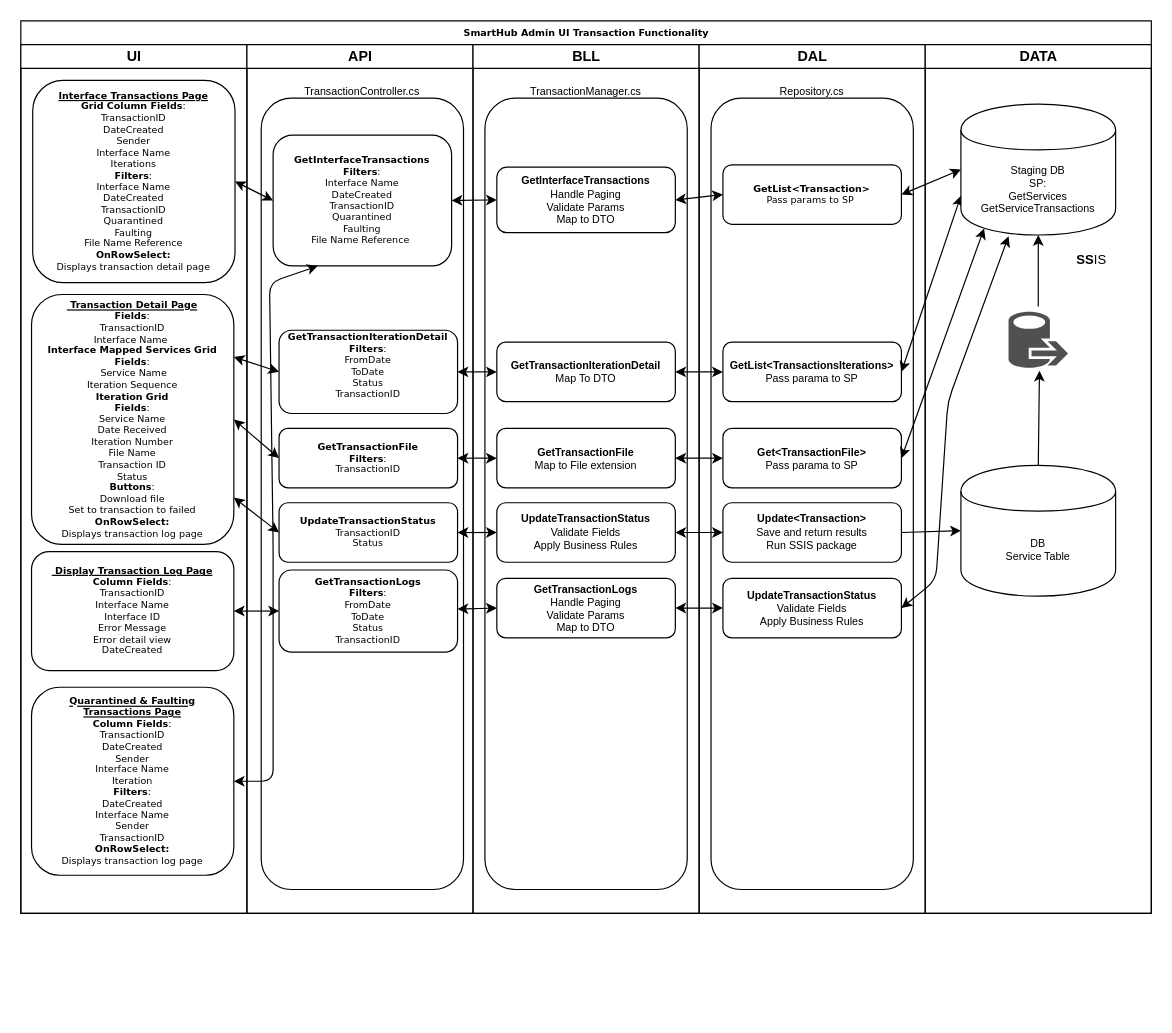
The draw.io diagram SHAdminUI-Transaction-Functionality.drawio in Cyrolies/TigersFreightDocs, before the edit. Source tidied: cells renumbered, new cells numbered last; positions are measured from the earlier drawing's top-left corner, leaving out a move shared by most shapes. Both pictures are drawn from the tidied source at 119%, with x=0, y=0 at pixel (20, 20).
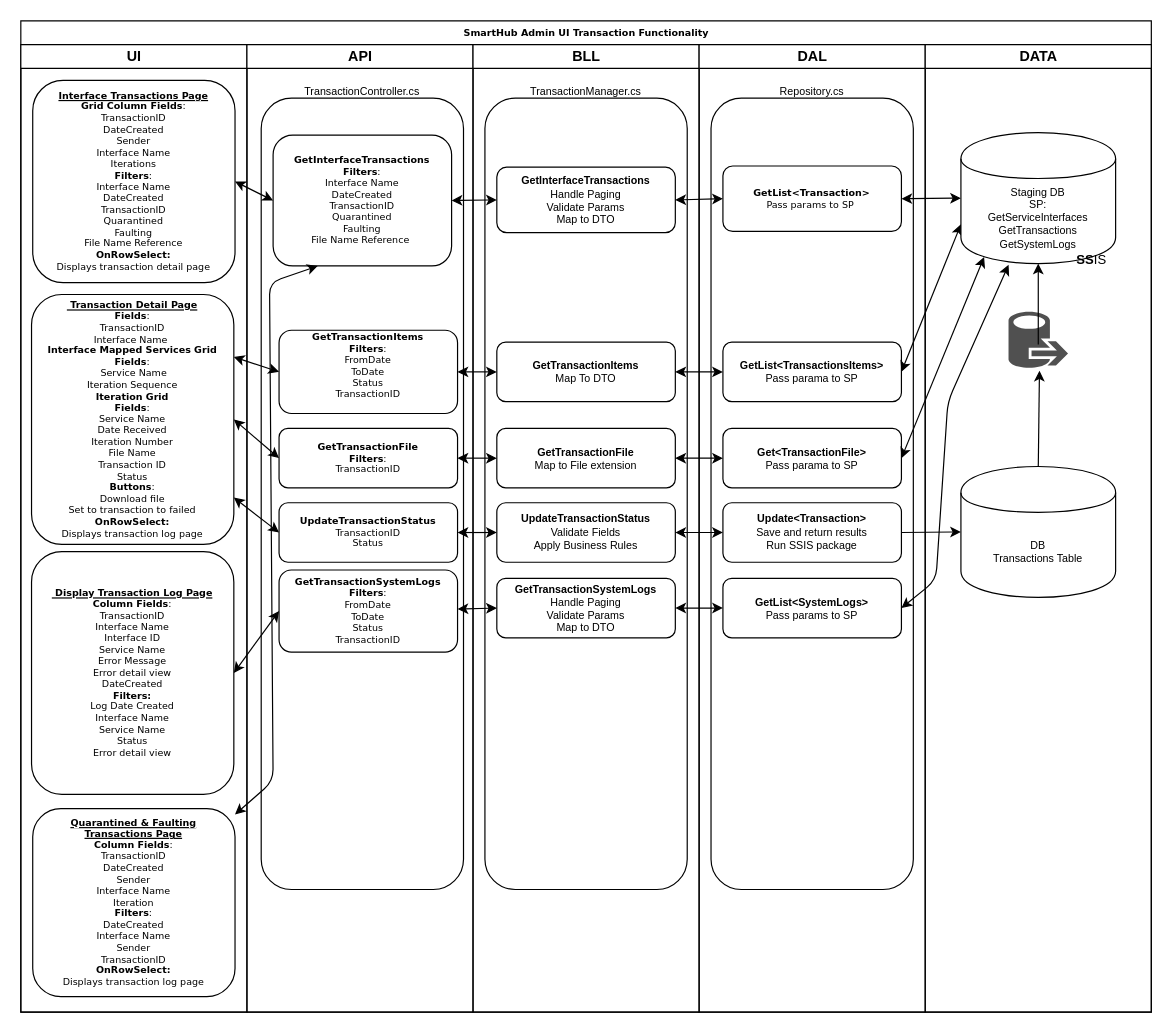
The same diagram, later.

The change refers to these unchanged cells:
```xml
<mxCell id="10" value="&lt;b&gt;GetInterfaceTransactions&lt;br&gt;&lt;/b&gt;&lt;b&gt;Filters&lt;/b&gt;:&lt;br&gt;Interface Name&lt;br&gt;DateCreated&lt;br&gt;TransactionID&lt;br&gt;Quarantined&lt;br&gt;Faulting&lt;br&gt;File Name Reference&amp;nbsp;" style="rounded=1;whiteSpace=wrap;html=1;shadow=0;labelBackgroundColor=none;strokeColor=#000000;strokeWidth=1;fillColor=#ffffff;fontFamily=Verdana;fontSize=8;fontColor=#000000;align=center;" parent="8" vertex="1">
  <mxGeometry x="22" y="76" width="150" height="110" as="geometry" />
</mxCell>
```

What changed in the source:
```diff
@@
     <mxCell id="2" value="SmartHub Admin UI Transaction Functionality" style="swimlane;html=1;startSize=20;rounded=0;shadow=0;labelBackgroundColor=none;strokeColor=#000000;strokeWidth=1;fillColor=#ffffff;fontFamily=Verdana;fontSize=8;fontColor=#000000;align=center;" parent="1" vertex="1">
-      <mxGeometry width="950" height="750" as="geometry" />
+      <mxGeometry width="950" height="833" as="geometry" />
     </mxCell>
     <mxCell id="3" value="UI" style="swimlane;html=1;startSize=20;" parent="2" vertex="1">
-      <mxGeometry y="20" width="190" height="730" as="geometry" />
+      <mxGeometry y="20" width="190" height="813" as="geometry" />
     </mxCell>
@@
     <mxCell id="5" value="&lt;b&gt;&lt;u&gt;Quarantined &amp;amp; Faulting&lt;br&gt;Transactions Page&lt;/u&gt;&lt;/b&gt;&lt;br&gt;&lt;b&gt;Column Fields&lt;/b&gt;:&lt;br&gt;TransactionID&lt;br&gt;DateCreated&lt;br&gt;Sender&lt;br&gt;Interface Name&lt;br&gt;Iteration&lt;br&gt;&lt;b&gt;Filters&lt;/b&gt;:&lt;br&gt;DateCreated&lt;br&gt;Interface Name&lt;br&gt;Sender&lt;br&gt;TransactionID&lt;br&gt;&lt;b&gt;OnRowSelect:&lt;br&gt;&lt;/b&gt;Displays transaction log page" style="rounded=1;whiteSpace=wrap;html=1;shadow=0;labelBackgroundColor=none;strokeColor=#000000;strokeWidth=1;fillColor=#ffffff;fontFamily=Verdana;fontSize=8;fontColor=#000000;align=center;" parent="3" vertex="1">
-      <mxGeometry x="9" y="540" width="170" height="158" as="geometry" />
+      <mxGeometry x="10" y="642" width="170" height="158" as="geometry" />
     </mxCell>
@@
-    <mxCell id="7" value="&lt;b&gt;&lt;u&gt;&amp;nbsp;Display Transaction Log Page&lt;/u&gt;&lt;/b&gt;&lt;br&gt;&lt;b&gt;Column Fields&lt;/b&gt;:&lt;br&gt;TransactionID&lt;br&gt;Interface Name&lt;br&gt;Interface ID&lt;br&gt;Error Message&lt;br&gt;Error detail view&lt;br&gt;DateCreated" style="rounded=1;whiteSpace=wrap;html=1;shadow=0;labelBackgroundColor=none;strokeColor=#000000;strokeWidth=1;fillColor=#ffffff;fontFamily=Verdana;fontSize=8;fontColor=#000000;align=center;" parent="3" vertex="1">
-      <mxGeometry x="9" y="426" width="170" height="100" as="geometry" />
+    <mxCell id="7" value="&lt;b&gt;&lt;u&gt;&amp;nbsp;Display Transaction Log Page&lt;/u&gt;&lt;/b&gt;&lt;br&gt;&lt;b&gt;Column Fields&lt;/b&gt;:&lt;br&gt;TransactionID&lt;br&gt;Interface Name&lt;br&gt;Interface ID&lt;br&gt;Service Name&lt;br&gt;Error Message&lt;br&gt;Error detail view&lt;br&gt;DateCreated&lt;br&gt;&lt;b&gt;Filters:&lt;br&gt;&lt;/b&gt;Log Date Created&lt;b&gt;&lt;br&gt;&lt;/b&gt;Interface Name&lt;br&gt;Service Name&lt;br&gt;Status&lt;br&gt;Error detail view&lt;br&gt;" style="rounded=1;whiteSpace=wrap;html=1;shadow=0;labelBackgroundColor=none;strokeColor=#000000;strokeWidth=1;fillColor=#ffffff;fontFamily=Verdana;fontSize=8;fontColor=#000000;align=center;" parent="3" vertex="1">
+      <mxGeometry x="9" y="426" width="170" height="204" as="geometry" />
     </mxCell>
     <mxCell id="8" value="API" style="swimlane;html=1;startSize=20;" parent="2" vertex="1">
-      <mxGeometry x="190" y="20" width="190" height="730" as="geometry" />
+      <mxGeometry x="190" y="20" width="190" height="813" as="geometry" />
     </mxCell>
@@
-    <mxCell id="11" value="&lt;b&gt;GetTransactionLogs&lt;br&gt;&lt;/b&gt;&lt;b&gt;Filters&lt;/b&gt;:&lt;br&gt;FromDate&lt;br&gt;ToDate&lt;br&gt;Status&lt;br&gt;TransactionID" style="rounded=1;whiteSpace=wrap;html=1;shadow=0;labelBackgroundColor=none;strokeColor=#000000;strokeWidth=1;fillColor=#ffffff;fontFamily=Verdana;fontSize=8;fontColor=#000000;align=center;verticalAlign=middle;" parent="8" vertex="1">
+    <mxCell id="11" value="&lt;b&gt;GetTransactionSystemLogs&lt;br&gt;&lt;/b&gt;&lt;b&gt;Filters&lt;/b&gt;:&lt;br&gt;FromDate&lt;br&gt;ToDate&lt;br&gt;Status&lt;br&gt;TransactionID" style="rounded=1;whiteSpace=wrap;html=1;shadow=0;labelBackgroundColor=none;strokeColor=#000000;strokeWidth=1;fillColor=#ffffff;fontFamily=Verdana;fontSize=8;fontColor=#000000;align=center;verticalAlign=middle;" parent="8" vertex="1">
       <mxGeometry x="27" y="441.5" width="150" height="69" as="geometry" />
     </mxCell>
@@
-    <mxCell id="13" value="&lt;b&gt;GetTransactionIterationDetail&lt;/b&gt;&lt;br&gt;&lt;b&gt;Filters&lt;/b&gt;:&lt;br&gt;FromDate&lt;br&gt;ToDate&lt;br&gt;Status&lt;br&gt;TransactionID&lt;br&gt;&amp;nbsp;" style="rounded=1;whiteSpace=wrap;html=1;shadow=0;labelBackgroundColor=none;strokeColor=#000000;strokeWidth=1;fillColor=#ffffff;fontFamily=Verdana;fontSize=8;fontColor=#000000;align=center;verticalAlign=middle;" parent="8" vertex="1">
+    <mxCell id="13" value="&lt;b&gt;GetTransactionItems&lt;/b&gt;&lt;br&gt;&lt;b&gt;Filters&lt;/b&gt;:&lt;br&gt;FromDate&lt;br&gt;ToDate&lt;br&gt;Status&lt;br&gt;TransactionID&lt;br&gt;&amp;nbsp;" style="rounded=1;whiteSpace=wrap;html=1;shadow=0;labelBackgroundColor=none;strokeColor=#000000;strokeWidth=1;fillColor=#ffffff;fontFamily=Verdana;fontSize=8;fontColor=#000000;align=center;verticalAlign=middle;" parent="8" vertex="1">
       <mxGeometry x="27" y="240" width="150" height="70" as="geometry" />
     </mxCell>
@@
     <mxCell id="16" value="BLL" style="swimlane;html=1;startSize=20;" parent="2" vertex="1">
-      <mxGeometry x="380" y="20" width="190" height="730" as="geometry" />
+      <mxGeometry x="380" y="20" width="190" height="813" as="geometry" />
     </mxCell>
@@
-    <mxCell id="21" value="&lt;b&gt;GetTransactionIterationDetail&lt;/b&gt;&lt;br&gt;Map To DTO" style="rounded=1;whiteSpace=wrap;html=1;fontSize=9;align=center;" parent="16" vertex="1">
+    <mxCell id="21" value="&lt;b&gt;GetTransactionItems&lt;/b&gt;&lt;br&gt;Map To DTO" style="rounded=1;whiteSpace=wrap;html=1;fontSize=9;align=center;" parent="16" vertex="1">
       <mxGeometry x="20" y="250" width="150" height="50" as="geometry" />
     </mxCell>
@@
-    <mxCell id="23" value="&lt;b&gt;GetTransactionLogs&lt;/b&gt;&lt;br&gt;Handle Paging&lt;br&gt;Validate Params&lt;br&gt;Map to DTO" style="rounded=1;whiteSpace=wrap;html=1;fontSize=9;align=center;" parent="16" vertex="1">
+    <mxCell id="23" value="&lt;b&gt;GetTransactionSystemLogs&lt;/b&gt;&lt;br&gt;Handle Paging&lt;br&gt;Validate Params&lt;br&gt;Map to DTO" style="rounded=1;whiteSpace=wrap;html=1;fontSize=9;align=center;" parent="16" vertex="1">
       <mxGeometry x="20" y="448.5" width="150" height="50" as="geometry" />
     </mxCell>
     <mxCell id="24" value="DAL" style="swimlane;html=1;startSize=20;" parent="2" vertex="1">
-      <mxGeometry x="570" y="20" width="190" height="730" as="geometry" />
+      <mxGeometry x="570" y="20" width="190" height="813" as="geometry" />
     </mxCell>
@@
     <mxCell id="26" value="&lt;b&gt;GetList&amp;lt;Transaction&amp;gt;&lt;br&gt;&lt;/b&gt;Pass params to SP&amp;nbsp;" style="rounded=1;whiteSpace=wrap;html=1;shadow=0;labelBackgroundColor=none;strokeColor=#000000;strokeWidth=1;fillColor=#ffffff;fontFamily=Verdana;fontSize=8;fontColor=#000000;align=center;" parent="24" vertex="1">
-      <mxGeometry x="20" y="101" width="150" height="50" as="geometry" />
+      <mxGeometry x="20" y="102" width="150" height="55" as="geometry" />
     </mxCell>
@@
-    <mxCell id="28" value="&lt;b&gt;GetList&amp;lt;TransactionsIterations&amp;gt;&lt;/b&gt;&lt;br&gt;Pass parama to SP" style="rounded=1;whiteSpace=wrap;html=1;fontSize=9;align=center;" parent="24" vertex="1">
+    <mxCell id="28" value="&lt;b&gt;GetList&amp;lt;TransactionsItems&amp;gt;&lt;/b&gt;&lt;br&gt;Pass parama to SP" style="rounded=1;whiteSpace=wrap;html=1;fontSize=9;align=center;" parent="24" vertex="1">
       <mxGeometry x="20" y="250" width="150" height="50" as="geometry" />
     </mxCell>
@@
-    <mxCell id="31" value="&lt;b&gt;UpdateTransactionStatus&lt;/b&gt;&lt;br&gt;Validate Fields&lt;br&gt;Apply Business Rules" style="rounded=1;whiteSpace=wrap;html=1;fontSize=9;align=center;" parent="24" vertex="1">
+    <mxCell id="31" value="&lt;b&gt;GetList&amp;lt;SystemLogs&amp;gt;&lt;/b&gt;&lt;br&gt;Pass params to SP" style="rounded=1;whiteSpace=wrap;html=1;fontSize=9;align=center;" parent="24" vertex="1">
       <mxGeometry x="20" y="448.5" width="150" height="50" as="geometry" />
     </mxCell>
@@
     <mxCell id="38" style="endArrow=classic;startArrow=classic;html=1;fontSize=9;entryX=0.25;entryY=1;entryDx=0;entryDy=0;" parent="2" edge="1" source="5" target="10">
       <mxGeometry relative="1" as="geometry">
         <Array as="points">
           <mxPoint x="212" y="639" />
-          <mxPoint x="212" y="440" />
           <mxPoint x="209" y="220" />
         </Array>
       </mxGeometry>
     </mxCell>
@@
     <mxCell id="43" value="DATA" style="swimlane;html=1;startSize=20;align=center;" parent="2" vertex="1">
-      <mxGeometry x="760" y="20" width="190" height="730" as="geometry" />
+      <mxGeometry x="760" y="20" width="190" height="813" as="geometry" />
     </mxCell>
-    <mxCell id="44" value="Staging DB&lt;br&gt;SP:&lt;br&gt;GetServices&lt;br&gt;GetServiceTransactions" style="shape=cylinder;whiteSpace=wrap;html=1;boundedLbl=1;backgroundOutline=1;fontSize=9;align=center;" parent="43" vertex="1">
-      <mxGeometry x="30" y="50" width="130" height="110" as="geometry" />
+    <mxCell id="44" value="Staging DB&lt;br&gt;SP:&lt;br&gt;GetServiceInterfaces&lt;br&gt;GetTransactions&lt;br&gt;GetSystemLogs" style="shape=cylinder;whiteSpace=wrap;html=1;boundedLbl=1;backgroundOutline=1;fontSize=9;align=center;" parent="43" vertex="1">
+      <mxGeometry x="30" y="74" width="130" height="110" as="geometry" />
     </mxCell>
-    <mxCell id="45" value="DB&lt;br&gt;Service Table" style="shape=cylinder;whiteSpace=wrap;html=1;boundedLbl=1;backgroundOutline=1;fontSize=9;align=center;" parent="43" vertex="1">
-      <mxGeometry x="30" y="353.5" width="130" height="110" as="geometry" />
+    <mxCell id="45" value="DB&lt;br&gt;Transactions Table" style="shape=cylinder;whiteSpace=wrap;html=1;boundedLbl=1;backgroundOutline=1;fontSize=9;align=center;" parent="43" vertex="1">
+      <mxGeometry x="30" y="354.5" width="130" height="110" as="geometry" />
     </mxCell>
@@
     <mxCell id="59" style="endArrow=classic;html=1;fontSize=9;entryX=0.5;entryY=1;entryDx=0;entryDy=0;" parent="1" edge="1" target="44">
       <mxGeometry relative="1" as="geometry">
-        <mxPoint x="855" y="240" as="sourcePoint" />
+        <mxPoint x="855" y="272" as="sourcePoint" />
       </mxGeometry>
     </mxCell>
```
